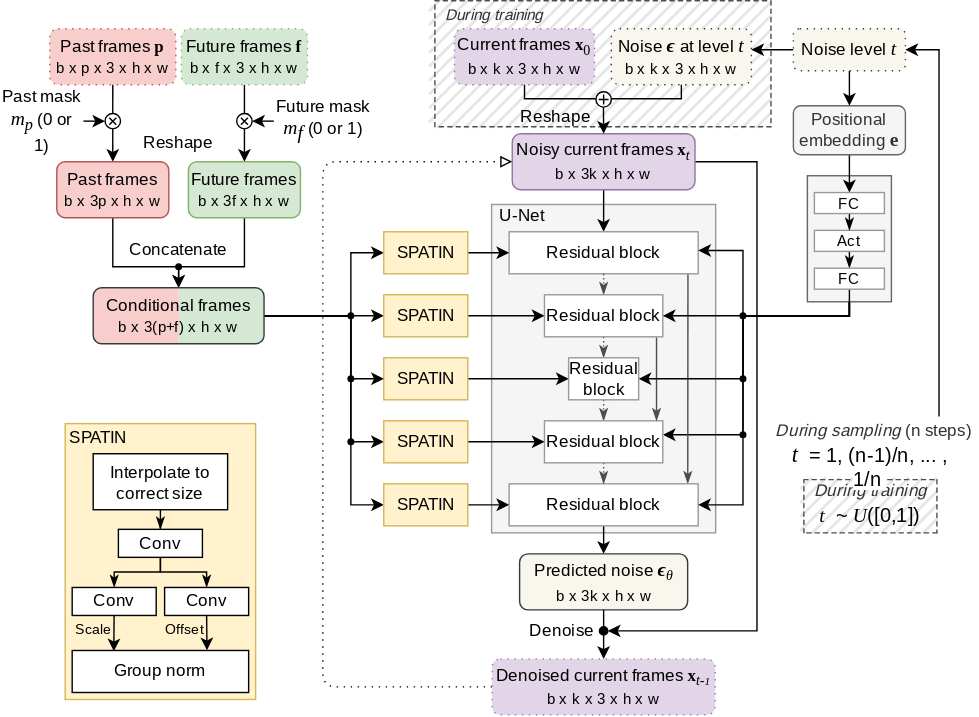
Before: SPATIN.svg, a diagram exported from draw.io (mask-cond-video-diffusion/mask-cond-video-diffusion.github.io). Source tidied: cells renumbered, new cells last; positions are measured from the earlier drawing's top-left corner, leaving out a move shared by most shapes.
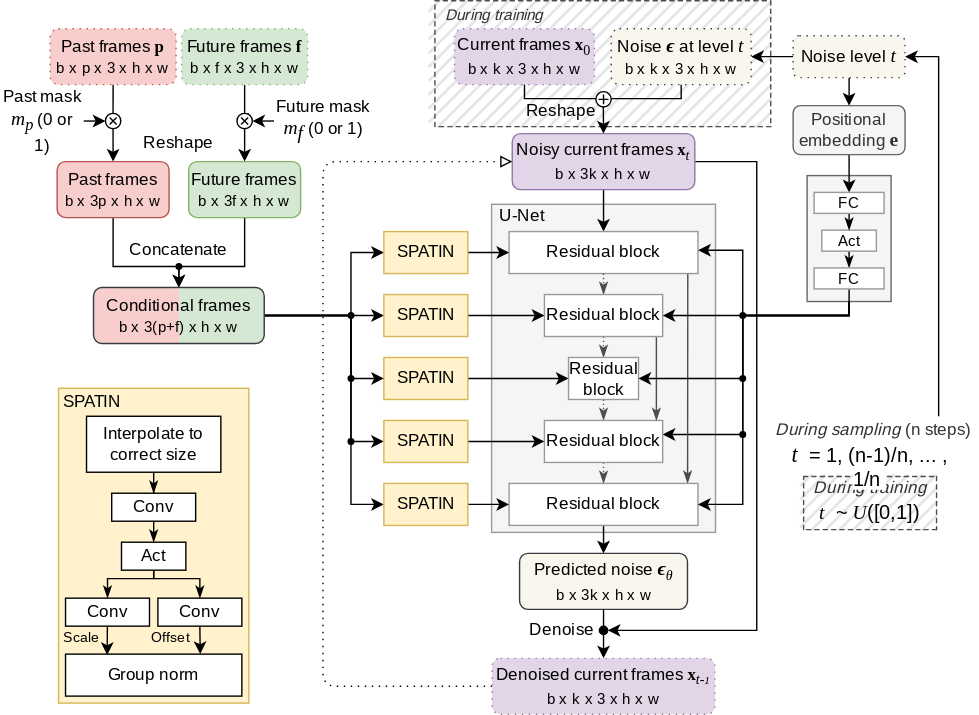
Above is the later version.

Change to the diagram source:
```diff
@@ -3,7 +3,7 @@
     <mxCell id="0" />
     <mxCell id="1" parent="0" />
     <mxCell id="2" style="rounded=0;whiteSpace=wrap;html=1;strokeWidth=1;fillWeight=2;hachureGap=7;hachureAngle=45;fillColor=#E6E6E6;sketch=1;dashed=1;labelBackgroundColor=none;fontFamily=Lato;fontSource=https%3A%2F%2Ffonts.googleapis.com%2Fcss%3Ffamily%3DLato;fontSize=11;fontColor=#F7F7F7;fillStyle=auto;overflow=visible;noLabel=0;direction=north;perimeter=rectanglePerimeter;jiggle=0;simplification=1;dashOffset=-6;dashGap=-6;zigzagOffset=2;strokeColor=#4D4D4D;" parent="1" vertex="1">
-      <mxGeometry x="573.5" y="342" width="95" height="38" as="geometry" />
+      <mxGeometry x="573.5" y="340" width="95" height="38" as="geometry" />
     </mxCell>
     <mxCell id="3" style="rounded=0;whiteSpace=wrap;html=1;strokeWidth=1;fillWeight=2;hachureGap=7;hachureAngle=45;fillColor=#E6E6E6;sketch=1;dashed=1;labelBackgroundColor=none;fontFamily=Lato;fontSource=https%3A%2F%2Ffonts.googleapis.com%2Fcss%3Ffamily%3DLato;fontSize=11;fontColor=#F7F7F7;fillStyle=auto;overflow=visible;noLabel=0;direction=north;perimeter=rectanglePerimeter;jiggle=0;simplification=1;dashOffset=-6;dashGap=-6;zigzagOffset=2;strokeColor=#4D4D4D;" parent="1" vertex="1">
       <mxGeometry x="310" width="240" height="90" as="geometry" />
@@ -100,7 +100,7 @@
       <mxGeometry x="365.2" y="95" width="130.5" height="40" as="geometry" />
     </mxCell>
     <mxCell id="23" value="Reshape" style="text;html=1;strokeColor=none;fillColor=none;align=center;verticalAlign=middle;whiteSpace=wrap;rounded=0;fontFamily=Lato;fontSource=https%3A%2F%2Ffonts.googleapis.com%2Fcss%3Ffamily%3DLato;" parent="1" vertex="1">
-      <mxGeometry x="365" y="70" width="63" height="25" as="geometry" />
+      <mxGeometry x="369" y="66.5" width="63" height="25" as="geometry" />
     </mxCell>
     <mxCell id="24" style="edgeStyle=orthogonalEdgeStyle;rounded=0;jettySize=auto;html=1;exitX=0.482;exitY=0.983;exitDx=0;exitDy=0;startArrow=none;startFill=0;endArrow=classic;endFill=1;fontFamily=Lato;fontSource=https%3A%2F%2Ffonts.googleapis.com%2Fcss%3Ffamily%3DLato;exitPerimeter=0;entryX=0.5;entryY=0;entryDx=0;entryDy=0;" parent="1" edge="1" source="73" target="22">
       <mxGeometry relative="1" as="geometry">
@@ -132,13 +132,11 @@
     <mxCell id="29" style="edgeStyle=orthogonalEdgeStyle;rounded=0;jettySize=auto;html=1;exitX=0.5;exitY=1;exitDx=0;exitDy=0;fontFamily=Lato;fontSource=https%3A%2F%2Ffonts.googleapis.com%2Fcss%3Ffamily%3DLato;entryX=0.5;entryY=0;entryDx=0;entryDy=0;" parent="1" edge="1" source="31" target="33">
       <mxGeometry relative="1" as="geometry" />
     </mxCell>
-    <mxCell id="30" style="edgeStyle=orthogonalEdgeStyle;rounded=0;jumpSize=6;jettySize=auto;html=1;exitX=0;exitY=0.5;exitDx=0;exitDy=0;fontFamily=Lato;fontSource=https%3A%2F%2Ffonts.googleapis.com%2Fcss%3Ffamily%3DLato;endSize=6;" parent="1" edge="1" source="31">
-      <mxGeometry relative="1" as="geometry">
-        <mxPoint x="536" y="35" as="targetPoint" />
-      </mxGeometry>
-    </mxCell>
+    <mxCell id="125" style="edgeStyle=none;rounded=0;jettySize=auto;html=1;exitX=0;exitY=0.5;exitDx=0;exitDy=0;entryX=1;entryY=0.5;entryDx=0;entryDy=0;shadow=0;fontFamily=Lato;fontSource=https%3A%2F%2Ffonts.googleapis.com%2Fcss%3Ffamily%3DLato;fontSize=10;endArrow=classic;endFill=1;" parent="1" edge="1" source="31" target="26">
+      <mxGeometry relative="1" as="geometry" />
+    </mxCell>
     <mxCell id="31" value="Noise level &lt;i&gt;&lt;font style=&quot;font-size: 14px;&quot; face=&quot;Garamond&quot;&gt;t&lt;/font&gt;&lt;/i&gt;" style="rounded=1;whiteSpace=wrap;html=1;fillColor=#f9f7ed;strokeColor=#36393d;dashed=1;dashPattern=1 4;fontFamily=Lato;fontSource=https%3A%2F%2Ffonts.googleapis.com%2Fcss%3Ffamily%3DLato;" parent="1" vertex="1">
-      <mxGeometry x="566" y="20" width="80" height="30" as="geometry" />
+      <mxGeometry x="566" y="25" width="80" height="30" as="geometry" />
     </mxCell>
     <mxCell id="32" style="edgeStyle=orthogonalEdgeStyle;rounded=0;jettySize=auto;html=1;exitX=0.5;exitY=1;exitDx=0;exitDy=0;entryX=0.5;entryY=0;entryDx=0;entryDy=0;fontFamily=Lato;fontSource=https%3A%2F%2Ffonts.googleapis.com%2Fcss%3Ffamily%3DLato;" parent="1" edge="1" source="33" target="40">
       <mxGeometry relative="1" as="geometry" />
@@ -162,7 +160,7 @@
       </mxGeometry>
     </mxCell>
     <mxCell id="38" value="Act" style="rounded=0;whiteSpace=wrap;html=1;fontFamily=Lato;fontSource=https%3A%2F%2Ffonts.googleapis.com%2Fcss%3Ffamily%3DLato;fontSize=11;strokeColor=#999999;" parent="1" vertex="1">
-      <mxGeometry x="581" y="164" width="50" height="15" as="geometry" />
+      <mxGeometry x="586.5" y="164" width="39" height="15" as="geometry" />
     </mxCell>
     <mxCell id="39" style="edgeStyle=orthogonalEdgeStyle;rounded=0;jettySize=auto;html=1;exitX=0.5;exitY=1;exitDx=0;exitDy=0;entryX=0.5;entryY=0;entryDx=0;entryDy=0;fontFamily=Lato;fontSource=https%3A%2F%2Ffonts.googleapis.com%2Fcss%3Ffamily%3DLato;endArrow=classicThin;endFill=1;" parent="1" edge="1" source="40" target="38">
       <mxGeometry relative="1" as="geometry" />
@@ -171,27 +169,26 @@
       <mxGeometry x="581" y="137" width="50" height="15" as="geometry" />
     </mxCell>
     <mxCell id="41" style="rounded=0;whiteSpace=wrap;html=1;strokeColor=#d6b656;fillColor=#fff2cc;fontFamily=Lato;fontSource=https%3A%2F%2Ffonts.googleapis.com%2Fcss%3Ffamily%3DLato;" parent="1" vertex="1">
-      <mxGeometry x="46" y="302" width="136" height="197" as="geometry" />
+      <mxGeometry x="41" y="277" width="136" height="225" as="geometry" />
     </mxCell>
     <mxCell id="42" value="Group norm" style="rounded=0;whiteSpace=wrap;html=1;fontFamily=Lato;fontSource=https%3A%2F%2Ffonts.googleapis.com%2Fcss%3Ffamily%3DLato;" parent="1" vertex="1">
-      <mxGeometry x="51" y="464" width="126" height="30" as="geometry" />
+      <mxGeometry x="46" y="467" width="126" height="30" as="geometry" />
     </mxCell>
     <mxCell id="43" style="edgeStyle=orthogonalEdgeStyle;rounded=0;jettySize=auto;html=1;exitX=0.5;exitY=1;exitDx=0;exitDy=0;fontFamily=Lato;fontSource=https%3A%2F%2Ffonts.googleapis.com%2Fcss%3Ffamily%3DLato;endArrow=classicThin;endFill=1;" parent="1" edge="1" source="44" target="46">
       <mxGeometry relative="1" as="geometry" />
     </mxCell>
     <mxCell id="44" value="Interpolate to correct size" style="rounded=0;whiteSpace=wrap;html=1;fontFamily=Lato;fontSource=https%3A%2F%2Ffonts.googleapis.com%2Fcss%3Ffamily%3DLato;" parent="1" vertex="1">
-      <mxGeometry x="66" y="323.5" width="96" height="40" as="geometry" />
+      <mxGeometry x="61" y="297" width="96" height="40" as="geometry" />
     </mxCell>
-    <mxCell id="45" style="edgeStyle=orthogonalEdgeStyle;rounded=0;jettySize=auto;html=1;exitX=0.5;exitY=1;exitDx=0;exitDy=0;entryX=0.5;entryY=0;entryDx=0;entryDy=0;fontFamily=Lato;fontSource=https%3A%2F%2Ffonts.googleapis.com%2Fcss%3Ffamily%3DLato;endArrow=classicThin;endFill=1;" parent="1" edge="1" source="46" target="119">
+    <mxCell id="45" style="edgeStyle=orthogonalEdgeStyle;rounded=0;jettySize=auto;html=1;exitX=0.5;exitY=1;exitDx=0;exitDy=0;entryX=0.5;entryY=0;entryDx=0;entryDy=0;fontFamily=Lato;fontSource=https%3A%2F%2Ffonts.googleapis.com%2Fcss%3Ffamily%3DLato;endArrow=classicThin;endFill=1;" parent="1" edge="1" source="126" target="119">
       <mxGeometry relative="1" as="geometry">
         <Array as="points">
-          <mxPoint x="114" y="408" />
-          <mxPoint x="81" y="408" />
+          <mxPoint x="76" y="413" />
         </Array>
       </mxGeometry>
     </mxCell>
     <mxCell id="46" value="Conv" style="rounded=0;whiteSpace=wrap;html=1;fontFamily=Lato;fontSource=https%3A%2F%2Ffonts.googleapis.com%2Fcss%3Ffamily%3DLato;" parent="1" vertex="1">
-      <mxGeometry x="84" y="377.5" width="60" height="20" as="geometry" />
+      <mxGeometry x="79" y="352" width="60" height="20" as="geometry" />
     </mxCell>
     <mxCell id="47" style="edgeStyle=none;rounded=0;jettySize=auto;html=1;exitX=0.946;exitY=1.001;exitDx=0;exitDy=0;entryX=0.945;entryY=-0.003;entryDx=0;entryDy=0;fontFamily=Lato;fontSource=https%3A%2F%2Ffonts.googleapis.com%2Fcss%3Ffamily%3DLato;startArrow=none;startFill=0;endArrow=classicThin;endFill=1;strokeColor=#4D4D4D;entryPerimeter=0;exitPerimeter=0;" parent="1" edge="1" source="48" target="82">
       <mxGeometry relative="1" as="geometry" />
@@ -250,7 +247,7 @@
       <mxGeometry x="273.5" y="255" width="60" height="30" as="geometry" />
     </mxCell>
     <mxCell id="64" value="SPATIN" style="text;html=1;strokeColor=none;fillColor=none;align=center;verticalAlign=middle;whiteSpace=wrap;rounded=0;fontFamily=Lato;fontSource=https%3A%2F%2Ffonts.googleapis.com%2Fcss%3Ffamily%3DLato;" parent="1" vertex="1">
-      <mxGeometry x="40" y="297" width="60" height="30" as="geometry" />
+      <mxGeometry x="35" y="272" width="60" height="30" as="geometry" />
     </mxCell>
     <mxCell id="65" value="Denoise" style="text;html=1;strokeColor=none;fillColor=none;align=center;verticalAlign=middle;whiteSpace=wrap;rounded=0;fontFamily=Lato;fontSource=https%3A%2F%2Ffonts.googleapis.com%2Fcss%3Ffamily%3DLato;" parent="1" vertex="1">
       <mxGeometry x="370.5" y="435" width="60" height="30" as="geometry" />
@@ -385,10 +382,10 @@
       <mxGeometry x="528" y="308" width="4" height="4" as="geometry" />
     </mxCell>
     <mxCell id="97" value="&lt;font style=&quot;font-size: 12px;&quot;&gt;During training&lt;/font&gt;" style="text;html=1;align=center;verticalAlign=middle;strokeColor=none;fillColor=none;fontSize=11;fontFamily=Lato;fontColor=#333333;fontSource=https%3A%2F%2Ffonts.googleapis.com%2Fcss%3Ffamily%3DLato;fontStyle=2;" parent="1" vertex="1">
-      <mxGeometry x="571" y="340" width="100" height="20" as="geometry" />
+      <mxGeometry x="571" y="338" width="100" height="20" as="geometry" />
     </mxCell>
     <mxCell id="98" value="&lt;span style=&quot;orphans: 2; text-indent: 0px; widows: 2; text-decoration-thickness: initial; text-decoration-style: initial; text-decoration-color: initial;&quot;&gt;&lt;font style=&quot;&quot;&gt;&lt;i style=&quot;color: rgb(0, 0, 0); font-size: 14px; font-variant-ligatures: normal; font-variant-caps: normal; font-weight: 400; letter-spacing: normal; text-transform: none; word-spacing: 0px; -webkit-text-stroke-width: 0px;&quot;&gt;&lt;font face=&quot;Garamond&quot;&gt;t&lt;/font&gt;&lt;/i&gt;&lt;span style=&quot;font-family: Lato; font-size: 14px;&quot;&gt;&amp;nbsp;&amp;nbsp;&lt;/span&gt;&lt;span style=&quot;font-size: 14px;&quot;&gt;&lt;font face=&quot;Lato&quot;&gt;~ &lt;/font&gt;&lt;i style=&quot;&quot;&gt;&lt;font face=&quot;Garamond&quot;&gt;U&lt;/font&gt;&lt;/i&gt;&lt;font face=&quot;Lato&quot;&gt;([0,1])&lt;/font&gt;&lt;/span&gt;&lt;/font&gt;&lt;/span&gt;" style="text;whiteSpace=wrap;html=1;align=center;verticalAlign=middle;" parent="1" vertex="1">
-      <mxGeometry x="581" y="360" width="80" height="15" as="geometry" />
+      <mxGeometry x="581" y="358" width="80" height="15" as="geometry" />
     </mxCell>
     <mxCell id="99" value="&lt;font style=&quot;font-size: 12px;&quot;&gt;During sampling&lt;span style=&quot;font-style: normal;&quot;&gt; (n steps)&lt;/span&gt;&lt;/font&gt;" style="text;html=1;align=center;verticalAlign=middle;strokeColor=none;fillColor=none;fontSize=11;fontFamily=Lato;fontColor=#333333;fontSource=https%3A%2F%2Ffonts.googleapis.com%2Fcss%3Ffamily%3DLato;fontStyle=2;" parent="1" vertex="1">
       <mxGeometry x="548" y="297" width="150" height="20" as="geometry" />
@@ -461,16 +458,16 @@
       <mxGeometry relative="1" as="geometry" />
     </mxCell>
     <mxCell id="119" value="Conv" style="rounded=0;whiteSpace=wrap;html=1;fontFamily=Lato;fontSource=https%3A%2F%2Ffonts.googleapis.com%2Fcss%3Ffamily%3DLato;" parent="1" vertex="1">
-      <mxGeometry x="51" y="419" width="60" height="20" as="geometry" />
+      <mxGeometry x="46" y="427" width="60" height="20" as="geometry" />
     </mxCell>
     <mxCell id="120" value="Conv" style="rounded=0;whiteSpace=wrap;html=1;fontFamily=Lato;fontSource=https%3A%2F%2Ffonts.googleapis.com%2Fcss%3Ffamily%3DLato;" parent="1" vertex="1">
-      <mxGeometry x="117" y="419" width="60" height="20" as="geometry" />
+      <mxGeometry x="112" y="427" width="60" height="20" as="geometry" />
     </mxCell>
-    <mxCell id="121" style="edgeStyle=orthogonalEdgeStyle;rounded=0;jettySize=auto;html=1;exitX=0.5;exitY=1;exitDx=0;exitDy=0;fontFamily=Lato;fontSource=https%3A%2F%2Ffonts.googleapis.com%2Fcss%3Ffamily%3DLato;endArrow=classicThin;endFill=1;entryX=0.5;entryY=0;entryDx=0;entryDy=0;" parent="1" edge="1" source="46" target="120">
+    <mxCell id="121" style="edgeStyle=orthogonalEdgeStyle;rounded=0;jettySize=auto;html=1;exitX=0.5;exitY=1;exitDx=0;exitDy=0;fontFamily=Lato;fontSource=https%3A%2F%2Ffonts.googleapis.com%2Fcss%3Ffamily%3DLato;endArrow=classicThin;endFill=1;entryX=0.5;entryY=0;entryDx=0;entryDy=0;startArrow=none;" parent="1" edge="1" source="126" target="120">
       <mxGeometry relative="1" as="geometry">
         <Array as="points">
-          <mxPoint x="114" y="408" />
-          <mxPoint x="147" y="408" />
+          <mxPoint x="109" y="413" />
+          <mxPoint x="142" y="413" />
         </Array>
       </mxGeometry>
     </mxCell>
@@ -478,10 +475,21 @@
       <mxGeometry relative="1" as="geometry" />
     </mxCell>
     <mxCell id="123" value="Scale" style="text;html=1;align=center;verticalAlign=middle;strokeColor=none;fillColor=none;fontSize=10;fontFamily=Lato;fontSource=https%3A%2F%2Ffonts.googleapis.com%2Fcss%3Ffamily%3DLato;" parent="1" vertex="1">
-      <mxGeometry x="46" y="439" width="40" height="20" as="geometry" />
+      <mxGeometry x="37" y="445" width="40" height="20" as="geometry" />
     </mxCell>
     <mxCell id="124" value="Offset" style="text;html=1;align=center;verticalAlign=middle;strokeColor=none;fillColor=none;fontSize=10;fontFamily=Lato;fontSource=https%3A%2F%2Ffonts.googleapis.com%2Fcss%3Ffamily%3DLato;" parent="1" vertex="1">
-      <mxGeometry x="110.5" y="439" width="40" height="20" as="geometry" />
+      <mxGeometry x="101" y="445" width="40" height="20" as="geometry" />
     </mxCell>
+    <mxCell id="126" value="Act" style="rounded=0;whiteSpace=wrap;html=1;fontFamily=Lato;fontSource=https%3A%2F%2Ffonts.googleapis.com%2Fcss%3Ffamily%3DLato;" parent="1" vertex="1">
+      <mxGeometry x="86" y="387" width="46" height="20" as="geometry" />
+    </mxCell>
+    <mxCell id="127" style="edgeStyle=orthogonalEdgeStyle;rounded=0;jettySize=auto;html=1;exitX=0.5;exitY=1;exitDx=0;exitDy=0;fontFamily=Lato;fontSource=https%3A%2F%2Ffonts.googleapis.com%2Fcss%3Ffamily%3DLato;endArrow=classicThin;endFill=1;entryX=0.5;entryY=0;entryDx=0;entryDy=0;" parent="1" edge="1" source="46" target="126">
+      <mxGeometry relative="1" as="geometry">
+        <Array as="points">
+          <mxPoint x="109" y="377" />
+          <mxPoint x="109" y="377" />
+        </Array>
+      </mxGeometry>
+    </mxCell>
   </root>
 </mxGraphModel>
```
